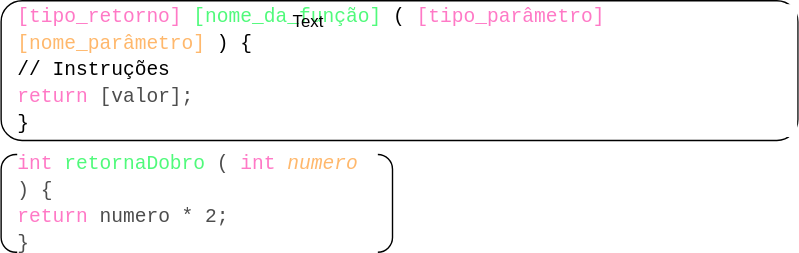
Above: slides/img/funcao_valor_exemplo.drawio.svg in itorisaias/Fatectq-linguagem-de-programacao (draw.io), before the change. Source tidied: cells renumbered, new cells last; positions are measured from the earlier drawing's top-left corner, leaving out a move shared by most shapes.
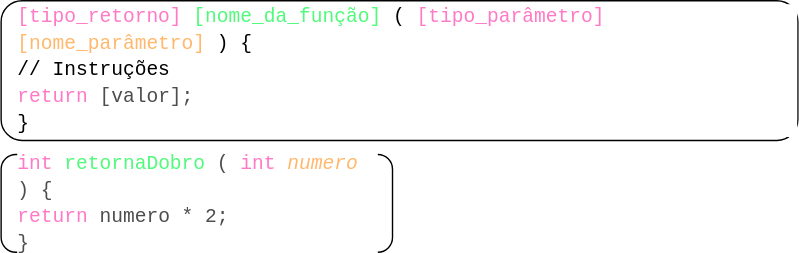
Later version of the same file.

Diff of the diagram source:
```diff
@@ -14,8 +14,5 @@
     <mxCell id="5" value="&lt;div style=&quot;font-family: &amp;quot;Fira Code&amp;quot;, Consolas, &amp;quot;Courier New&amp;quot;, monospace; font-size: 14px; line-height: 19px;&quot;&gt;&lt;div style=&quot;&quot;&gt;&lt;span style=&quot;color: rgb(255, 121, 198);&quot;&gt;int&lt;/span&gt; &lt;span style=&quot;color: rgb(80, 250, 123);&quot;&gt;retornaDobro&lt;/span&gt;&lt;font color=&quot;#4d4d4d&quot;&gt;(&lt;/font&gt;&lt;span style=&quot;color: rgb(255, 121, 198);&quot;&gt;int&lt;/span&gt; &lt;span style=&quot;color: rgb(255, 184, 108); font-style: italic;&quot;&gt;numero&lt;/span&gt;&lt;font color=&quot;#4d4d4d&quot;&gt;) {&lt;/font&gt;&lt;/div&gt;&lt;div style=&quot;&quot;&gt;&lt;font color=&quot;#4d4d4d&quot;&gt;&amp;nbsp; &amp;nbsp;&lt;/font&gt;&lt;span style=&quot;color: rgb(255, 121, 198);&quot;&gt;return&lt;/span&gt; &lt;font color=&quot;#4d4d4d&quot;&gt;numero * 2;&lt;/font&gt;&lt;/div&gt;&lt;div style=&quot;&quot;&gt;&lt;font color=&quot;#4d4d4d&quot;&gt;}&lt;/font&gt;&lt;/div&gt;&lt;/div&gt;" style="text;html=1;strokeColor=none;fillColor=none;align=left;verticalAlign=middle;whiteSpace=wrap;rounded=0;labelBackgroundColor=default;fontColor=#00FF00;" parent="1" vertex="1">
       <mxGeometry x="10" y="110" width="260" height="70" as="geometry" />
     </mxCell>
-    <mxCell id="6" value="Text" style="text;strokeColor=none;align=center;fillColor=none;html=1;verticalAlign=middle;whiteSpace=wrap;rounded=0;" parent="1" vertex="1">
-      <mxGeometry x="190" width="60" height="30" as="geometry" />
-    </mxCell>
   </root>
 </mxGraphModel>
```
